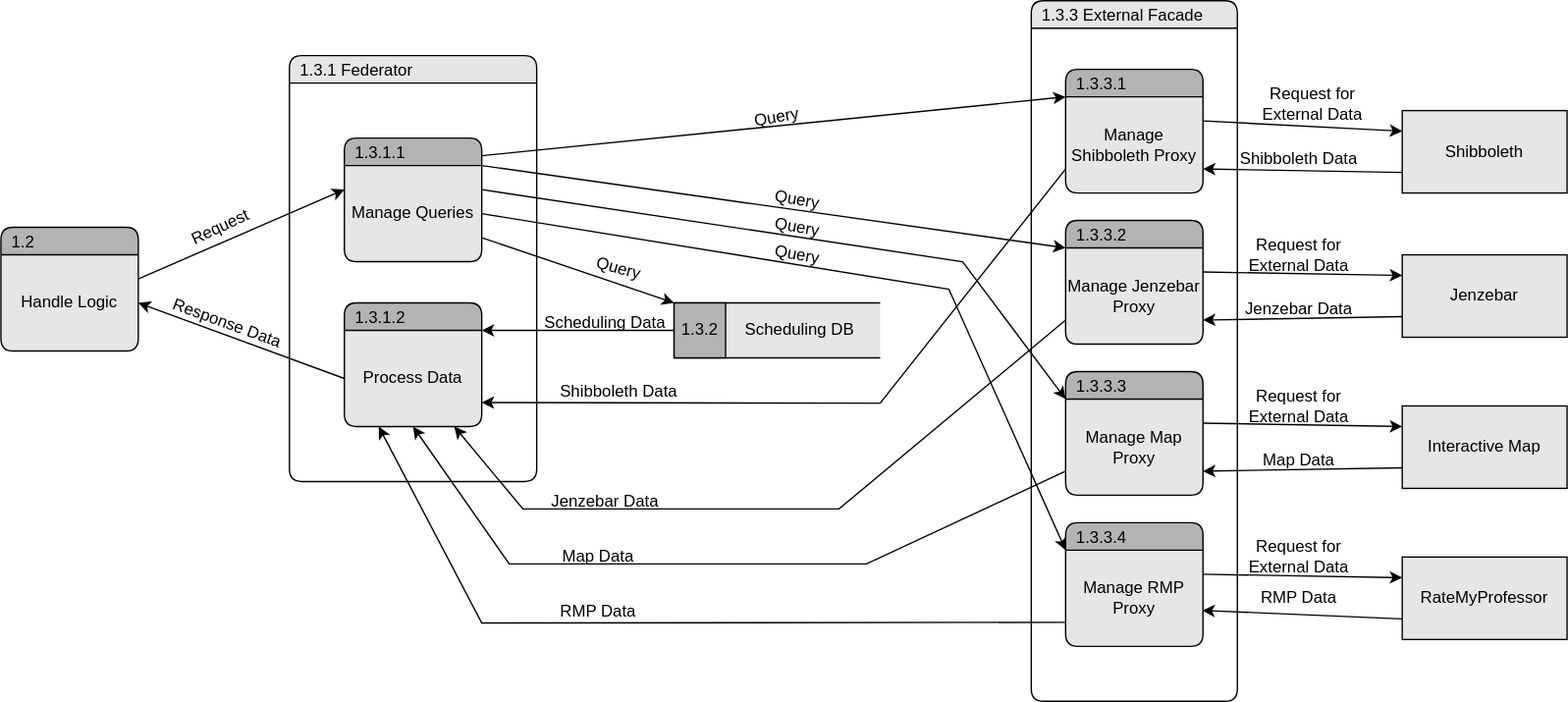
This is Storage/TeamOneFiles/storage_DFD.drawio.svg from MckennahPalmer/CSE430, a draw.io export, as it was before one commit. Source tidied: cells renumbered, new cells last; positions are measured from the earlier drawing's top-left corner, leaving out a move shared by most shapes.
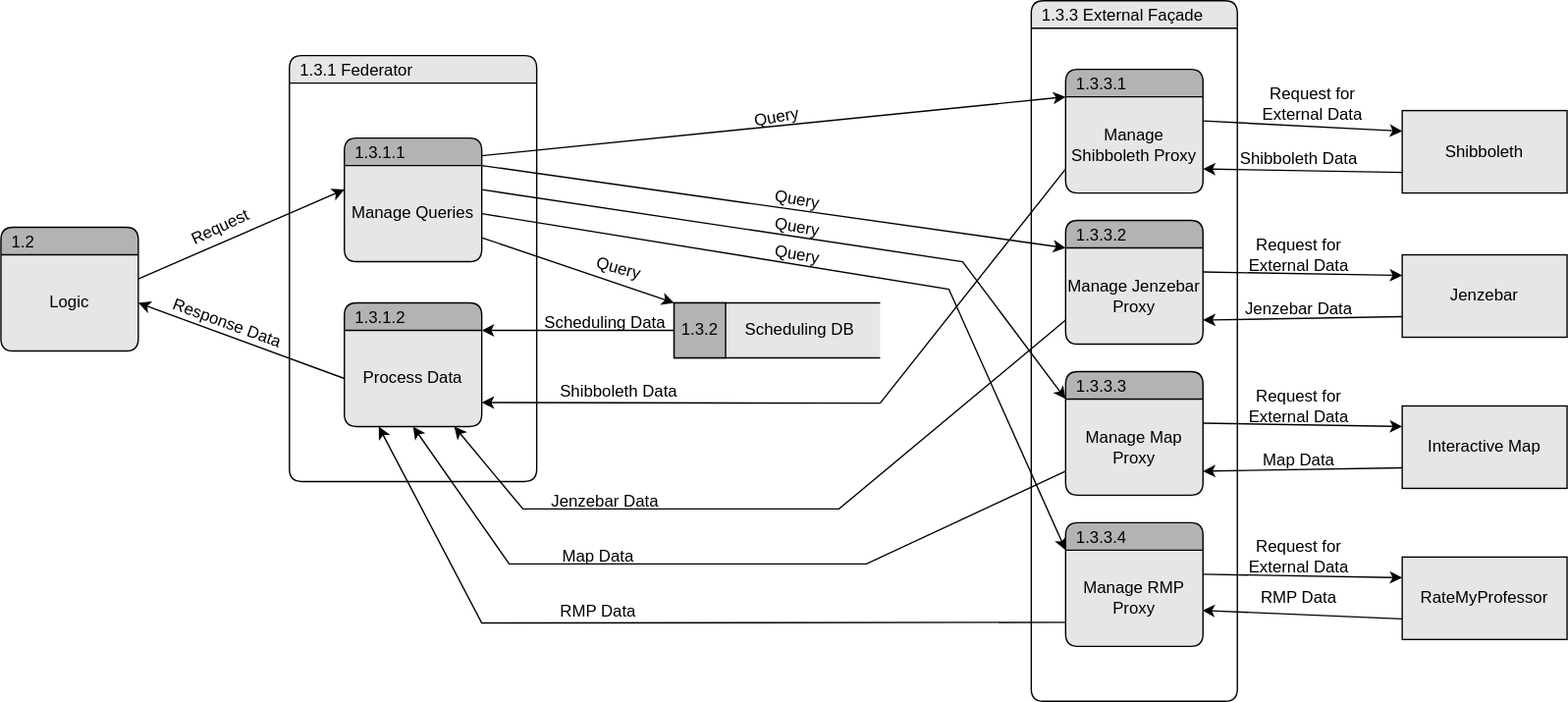
Later version of the same file.

Change to the diagram source:
```diff
@@ -56,7 +56,7 @@
     <mxCell id="19" value="Scheduling Data" style="text;html=1;align=center;verticalAlign=middle;whiteSpace=wrap;rounded=0;rotation=0;" parent="1" vertex="1">
       <mxGeometry x="390" y="220" width="100" height="30" as="geometry" />
     </mxCell>
-    <mxCell id="20" value="1.3.3 External Facade" style="swimlane;fontStyle=0;horizontal=1;startSize=20;fillColor=#E6E6E6;swimlaneFillColor=#FFFFFF;rounded=1;strokeColor=default;align=left;verticalAlign=middle;fontFamily=Helvetica;fontSize=12;fontColor=default;spacingLeft=6;shadow=0;" parent="1" vertex="1">
+    <mxCell id="20" value="1.3.3 External Façade" style="swimlane;fontStyle=0;horizontal=1;startSize=20;fillColor=#E6E6E6;swimlaneFillColor=#FFFFFF;rounded=1;strokeColor=default;align=left;verticalAlign=middle;fontFamily=Helvetica;fontSize=12;fontColor=default;spacingLeft=6;shadow=0;" parent="1" vertex="1">
       <mxGeometry x="750" width="150" height="510" as="geometry" />
     </mxCell>
     <mxCell id="21" value="1.3.3.4" style="swimlane;fontStyle=0;horizontal=1;startSize=20;fillColor=#B3B3B3;swimlaneFillColor=#E6E6E6;rounded=1;strokeColor=default;align=left;verticalAlign=middle;fontFamily=Helvetica;fontSize=12;fontColor=default;spacingLeft=6;shadow=0;" parent="1" vertex="1">
@@ -209,7 +209,7 @@
     <mxCell id="61" value="1.2" style="swimlane;fontStyle=0;horizontal=1;startSize=20;fillColor=#B3B3B3;swimlaneFillColor=#E6E6E6;rounded=1;strokeColor=default;align=left;verticalAlign=middle;fontFamily=Helvetica;fontSize=12;fontColor=default;spacingLeft=6;shadow=0;" parent="1" vertex="1">
       <mxGeometry y="165" width="100" height="90" as="geometry" />
     </mxCell>
-    <mxCell id="62" value="Handle Logic" style="text;html=1;strokeColor=none;fillColor=none;align=center;verticalAlign=middle;whiteSpace=wrap;rounded=0;fontSize=12;fontFamily=Helvetica;fontColor=default;" parent="61" vertex="1">
+    <mxCell id="62" value="Logic" style="text;html=1;strokeColor=none;fillColor=none;align=center;verticalAlign=middle;whiteSpace=wrap;rounded=0;fontSize=12;fontFamily=Helvetica;fontColor=default;" parent="61" vertex="1">
       <mxGeometry y="20" width="100" height="70" as="geometry" />
     </mxCell>
     <mxCell id="63" value="Shibboleth" style="rounded=0;whiteSpace=wrap;html=1;strokeColor=default;align=center;verticalAlign=middle;fontFamily=Helvetica;fontSize=12;fontColor=default;startSize=20;fillColor=#E6E6E6;" parent="1" vertex="1">
```
